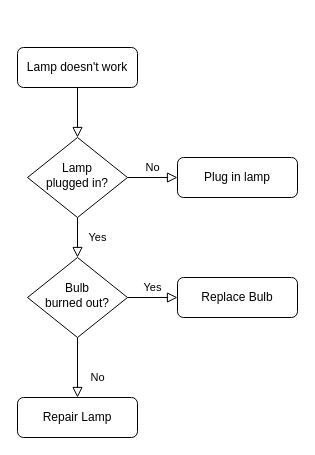
The draw.io diagram Untitled Diagram.drawio in Luke14allen/Luke14allen.github.io, before the edit. Source tidied: cells renumbered, new cells numbered last; positions are measured from the earlier drawing's top-left corner, leaving out a move shared by most shapes. Both pictures are drawn from the tidied source at 100%, with x=0, y=0 at pixel (17, 47).
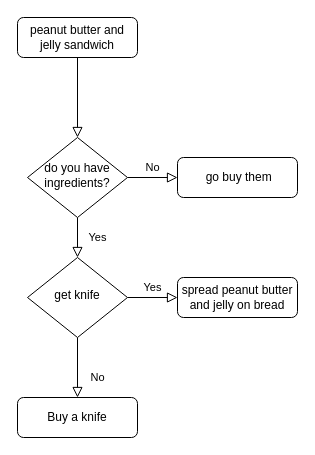
The same page after the edit.

Diff of the diagram source:
```diff
@@
 <mxGraphModel>
   <root>
     <mxCell id="0" />
     <mxCell id="1" parent="0" />
-    <mxCell id="2" style="rounded=0;html=1;jettySize=auto;fontSize=11;endArrow=block;endFill=0;endSize=8;strokeWidth=1;shadow=0;labelBackgroundColor=none;edgeStyle=orthogonalEdgeStyle;" parent="1" edge="1" source="3" target="6">
+    <mxCell id="2" style="rounded=0;html=1;jettySize=auto;fontSize=11;endArrow=block;endFill=0;endSize=8;strokeWidth=1;shadow=0;labelBackgroundColor=none;edgeStyle=orthogonalEdgeStyle;fontColor=default;" parent="1" edge="1" source="3" target="6">
       <mxGeometry relative="1" as="geometry" />
     </mxCell>
-    <mxCell id="3" value="Lamp doesn't work" style="rounded=1;whiteSpace=wrap;html=1;fontSize=12;glass=0;strokeWidth=1;shadow=0;" parent="1" vertex="1">
-      <mxGeometry width="120" height="40" as="geometry" />
+    <mxCell id="3" value="peanut butter and jelly sandwich" style="rounded=1;whiteSpace=wrap;html=1;fontSize=12;glass=0;strokeWidth=1;shadow=0;labelBackgroundColor=none;" parent="1" vertex="1">
+      <mxGeometry y="-30" width="120" height="40" as="geometry" />
     </mxCell>
-    <mxCell id="4" value="Yes" style="rounded=0;html=1;jettySize=auto;fontSize=11;endArrow=block;endFill=0;endSize=8;strokeWidth=1;shadow=0;labelBackgroundColor=none;edgeStyle=orthogonalEdgeStyle;" parent="1" edge="1" source="6" target="10">
+    <mxCell id="4" value="Yes" style="rounded=0;html=1;jettySize=auto;fontSize=11;endArrow=block;endFill=0;endSize=8;strokeWidth=1;shadow=0;labelBackgroundColor=none;edgeStyle=orthogonalEdgeStyle;fontColor=default;" parent="1" edge="1" source="6" target="10">
       <mxGeometry y="20" relative="1" as="geometry" />
     </mxCell>
-    <mxCell id="5" value="No" style="edgeStyle=orthogonalEdgeStyle;rounded=0;html=1;jettySize=auto;fontSize=11;endArrow=block;endFill=0;endSize=8;strokeWidth=1;shadow=0;labelBackgroundColor=none;" parent="1" edge="1" source="6" target="7">
+    <mxCell id="5" value="No" style="edgeStyle=orthogonalEdgeStyle;rounded=0;html=1;jettySize=auto;fontSize=11;endArrow=block;endFill=0;endSize=8;strokeWidth=1;shadow=0;labelBackgroundColor=none;fontColor=default;" parent="1" edge="1" source="6" target="7">
       <mxGeometry y="10" relative="1" as="geometry" />
     </mxCell>
-    <mxCell id="6" value="Lamp&lt;br&gt;plugged in?" style="rhombus;whiteSpace=wrap;html=1;shadow=0;fontFamily=Helvetica;fontSize=12;align=center;strokeWidth=1;spacing=6;spacingTop=-4;" parent="1" vertex="1">
+    <mxCell id="6" value="do you have ingredients?" style="rhombus;whiteSpace=wrap;html=1;shadow=0;fontFamily=Helvetica;fontSize=12;align=center;strokeWidth=1;spacing=6;spacingTop=-4;labelBackgroundColor=none;" parent="1" vertex="1">
       <mxGeometry x="10" y="90" width="100" height="80" as="geometry" />
     </mxCell>
-    <mxCell id="7" value="Plug in lamp" style="rounded=1;whiteSpace=wrap;html=1;fontSize=12;glass=0;strokeWidth=1;shadow=0;" parent="1" vertex="1">
+    <mxCell id="7" value="&amp;nbsp;go buy them" style="rounded=1;whiteSpace=wrap;html=1;fontSize=12;glass=0;strokeWidth=1;shadow=0;labelBackgroundColor=none;" parent="1" vertex="1">
       <mxGeometry x="160" y="110" width="120" height="40" as="geometry" />
     </mxCell>
-    <mxCell id="8" value="No" style="rounded=0;html=1;jettySize=auto;fontSize=11;endArrow=block;endFill=0;endSize=8;strokeWidth=1;shadow=0;labelBackgroundColor=none;edgeStyle=orthogonalEdgeStyle;" parent="1" edge="1" source="10" target="11">
+    <mxCell id="8" value="No" style="rounded=0;html=1;jettySize=auto;fontSize=11;endArrow=block;endFill=0;endSize=8;strokeWidth=1;shadow=0;labelBackgroundColor=none;edgeStyle=orthogonalEdgeStyle;fontColor=default;" parent="1" edge="1" source="10" target="11">
       <mxGeometry x="0.33" y="20" relative="1" as="geometry" />
     </mxCell>
-    <mxCell id="9" value="Yes" style="edgeStyle=orthogonalEdgeStyle;rounded=0;html=1;jettySize=auto;fontSize=11;endArrow=block;endFill=0;endSize=8;strokeWidth=1;shadow=0;labelBackgroundColor=none;" parent="1" edge="1" source="10" target="12">
+    <mxCell id="9" value="Yes" style="edgeStyle=orthogonalEdgeStyle;rounded=0;html=1;jettySize=auto;fontSize=11;endArrow=block;endFill=0;endSize=8;strokeWidth=1;shadow=0;labelBackgroundColor=none;fontColor=default;" parent="1" edge="1" source="10" target="12">
       <mxGeometry y="10" relative="1" as="geometry" />
     </mxCell>
-    <mxCell id="10" value="Bulb&lt;br&gt;burned out?" style="rhombus;whiteSpace=wrap;html=1;shadow=0;fontFamily=Helvetica;fontSize=12;align=center;strokeWidth=1;spacing=6;spacingTop=-4;" parent="1" vertex="1">
+    <mxCell id="10" value="get knife" style="rhombus;whiteSpace=wrap;html=1;shadow=0;fontFamily=Helvetica;fontSize=12;align=center;strokeWidth=1;spacing=6;spacingTop=-4;labelBackgroundColor=none;" parent="1" vertex="1">
       <mxGeometry x="10" y="210" width="100" height="80" as="geometry" />
     </mxCell>
-    <mxCell id="11" value="Repair Lamp" style="rounded=1;whiteSpace=wrap;html=1;fontSize=12;glass=0;strokeWidth=1;shadow=0;" parent="1" vertex="1">
+    <mxCell id="11" value="Buy a knife" style="rounded=1;whiteSpace=wrap;html=1;fontSize=12;glass=0;strokeWidth=1;shadow=0;labelBackgroundColor=none;" parent="1" vertex="1">
       <mxGeometry y="350" width="120" height="40" as="geometry" />
     </mxCell>
-    <mxCell id="12" value="Replace Bulb" style="rounded=1;whiteSpace=wrap;html=1;fontSize=12;glass=0;strokeWidth=1;shadow=0;" parent="1" vertex="1">
+    <mxCell id="12" value="spread peanut butter and jelly on bread" style="rounded=1;whiteSpace=wrap;html=1;fontSize=12;glass=0;strokeWidth=1;shadow=0;labelBackgroundColor=none;" parent="1" vertex="1">
       <mxGeometry x="160" y="230" width="120" height="40" as="geometry" />
     </mxCell>
   </root>
 </mxGraphModel>
```
